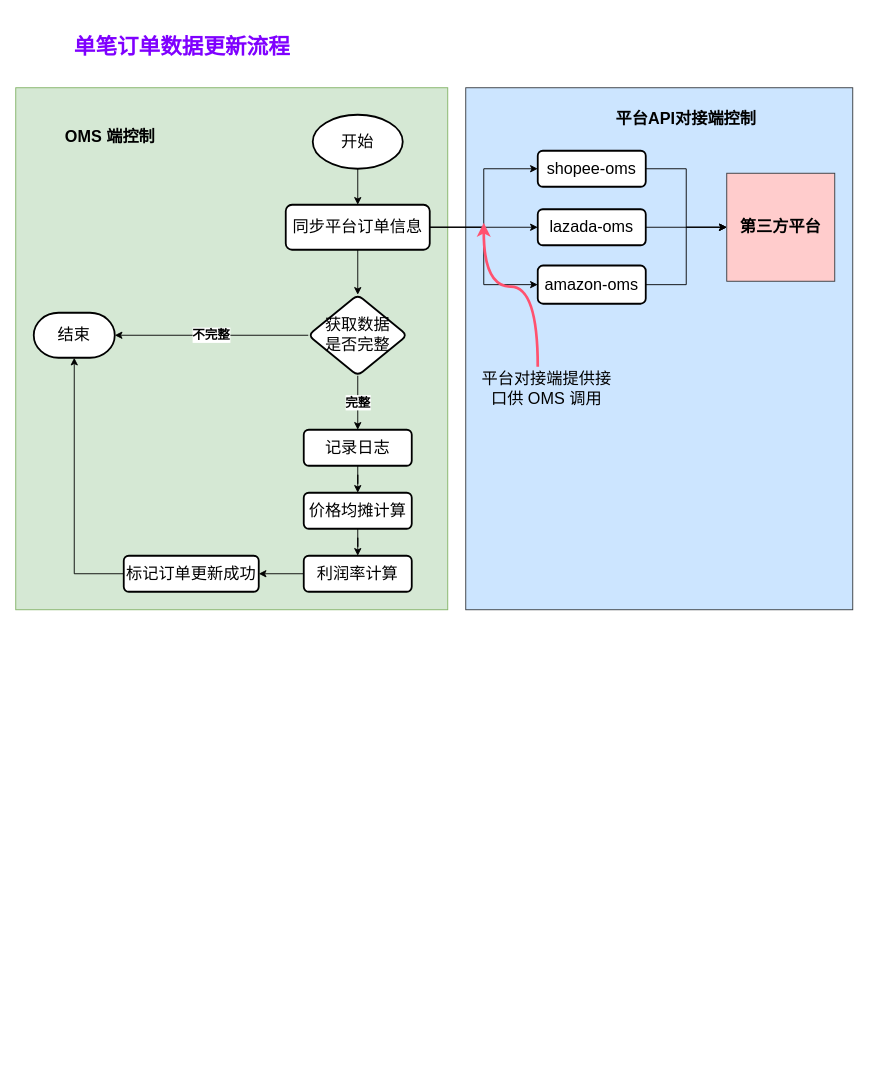
Above: longpean/OMS-4.8.1.drawio in GitHeP/diagrams (draw.io), before the change. Source tidied: cells renumbered, new cells numbered last; positions are measured from the earlier drawing's top-left corner, leaving out a move shared by most shapes. Both pictures are drawn from the tidied source at 90%, with x=0, y=0 at pixel (15, 15).
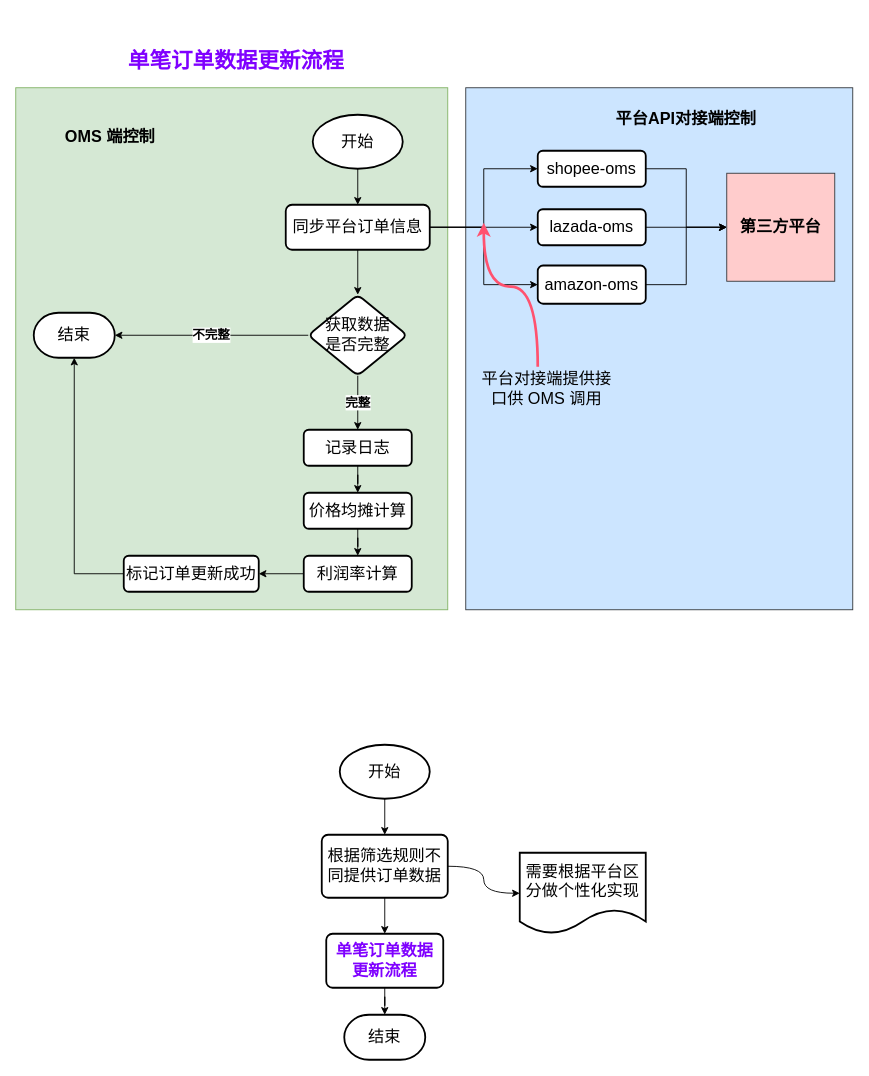
After the change.

The edit, as a diff of the source:
```diff
@@
     <mxCell id="27" value="&lt;font color=&quot;#7f00ff&quot; style=&quot;font-size: 24px;&quot;&gt;&lt;b style=&quot;&quot;&gt;单笔订单数据更新流程&lt;/b&gt;&lt;/font&gt;" style="text;html=1;strokeColor=none;fillColor=none;align=center;verticalAlign=middle;whiteSpace=wrap;rounded=0;" parent="1" vertex="1">
-      <mxGeometry x="50" width="270" height="70" as="geometry" />
+      <mxGeometry x="110" y="30" width="270" height="40" as="geometry" />
     </mxCell>
@@
+    <mxCell id="35" style="edgeStyle=orthogonalEdgeStyle;rounded=0;jettySize=auto;html=1;" parent="1" edge="1" source="36" target="39">
+      <mxGeometry relative="1" as="geometry" />
+    </mxCell>
+    <mxCell id="36" value="&lt;font style=&quot;font-size: 18px;&quot;&gt;开始&lt;/font&gt;" style="strokeWidth=2;html=1;shape=mxgraph.flowchart.start_1;whiteSpace=wrap;" parent="1" vertex="1">
+      <mxGeometry x="360" y="810" width="100" height="60" as="geometry" />
+    </mxCell>
+    <mxCell id="37" style="edgeStyle=orthogonalEdgeStyle;jettySize=auto;html=1;curved=1;" parent="1" edge="1" source="39" target="40">
+      <mxGeometry relative="1" as="geometry" />
+    </mxCell>
+    <mxCell id="38" style="edgeStyle=orthogonalEdgeStyle;rounded=0;jettySize=auto;html=1;" parent="1" edge="1" source="39" target="42">
+      <mxGeometry relative="1" as="geometry" />
+    </mxCell>
+    <mxCell id="39" value="&lt;font style=&quot;font-size: 18px;&quot;&gt;根据筛选规则不同提供订单数据&lt;/font&gt;" style="rounded=1;whiteSpace=wrap;html=1;absoluteArcSize=1;arcSize=14;strokeWidth=2;" parent="1" vertex="1">
+      <mxGeometry x="340" y="910" width="140" height="70" as="geometry" />
+    </mxCell>
+    <mxCell id="40" value="&lt;font style=&quot;font-size: 18px;&quot;&gt;需要根据平台区分做个性化实现&lt;/font&gt;" style="shape=document;whiteSpace=wrap;html=1;boundedLbl=1;rounded=1;arcSize=14;strokeWidth=2;" parent="1" vertex="1">
+      <mxGeometry x="560" y="930" width="140" height="90" as="geometry" />
+    </mxCell>
+    <mxCell id="41" style="edgeStyle=orthogonalEdgeStyle;rounded=0;jettySize=auto;html=1;" parent="1" edge="1" source="42" target="43">
+      <mxGeometry relative="1" as="geometry" />
+    </mxCell>
+    <mxCell id="42" value="&lt;b style=&quot;border-color: var(--border-color); color: rgb(127, 0, 255);&quot;&gt;&lt;font style=&quot;font-size: 18px;&quot;&gt;单笔订单数据&lt;br&gt;更新流程&lt;/font&gt;&lt;/b&gt;" style="rounded=1;whiteSpace=wrap;html=1;absoluteArcSize=1;arcSize=14;strokeWidth=2;" parent="1" vertex="1">
+      <mxGeometry x="345" y="1020" width="130" height="60" as="geometry" />
+    </mxCell>
+    <mxCell id="43" value="&lt;font style=&quot;font-size: 18px;&quot;&gt;结束&lt;/font&gt;" style="strokeWidth=2;html=1;shape=mxgraph.flowchart.terminator;whiteSpace=wrap;" parent="1" vertex="1">
+      <mxGeometry x="365" y="1110" width="90" height="50" as="geometry" />
+    </mxCell>
```
